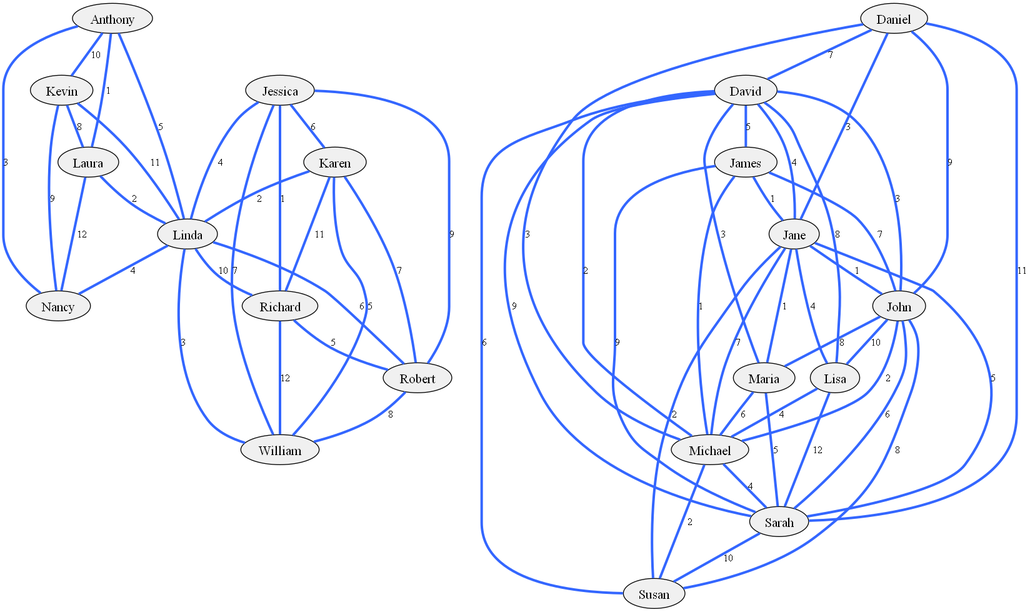
Earlier version of the Graphviz export graph.png (TahaArbass/Social-Network-ADS). Its source is kept beside it as graph.dot.
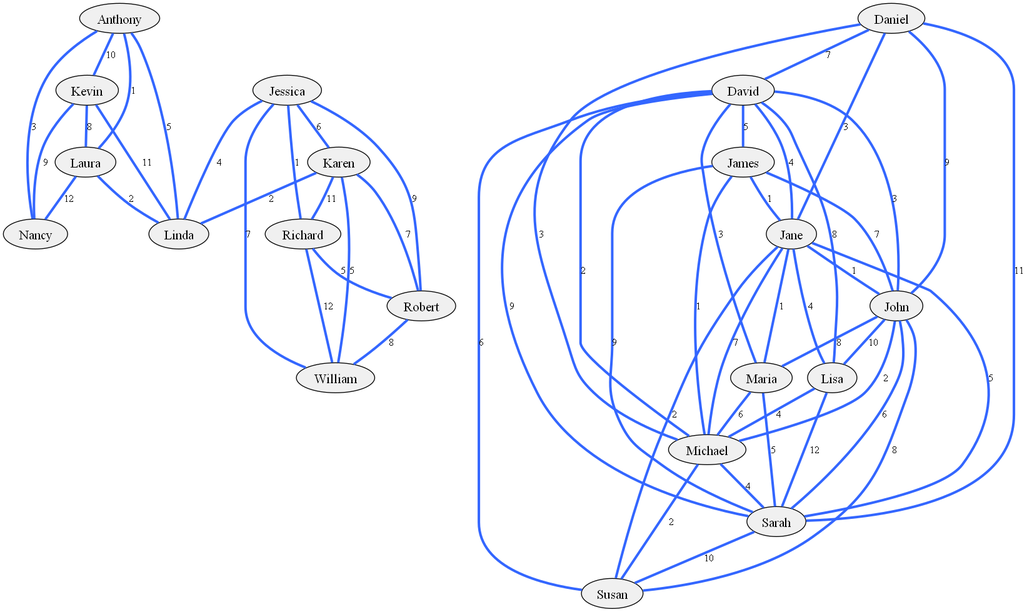
After the change.

Diff of the diagram source:
```diff
@@ -19,7 +19,6 @@
   Karen;
   Michael;
   Daniel;
-  Linda;
   Maria;
   Robert;
   Laura -- Nancy [label="12"];
@@ -78,8 +77,4 @@
   Maria -- Sarah [label="5"];
   Maria -- Michael [label="6"];
   Robert -- William [label="8"];
-  Linda -- Robert [label="6"];
-  Linda -- Richard [label="10"];
-  Linda -- William [label="3"];
-  Linda -- Nancy [label="4"];
 }
```
